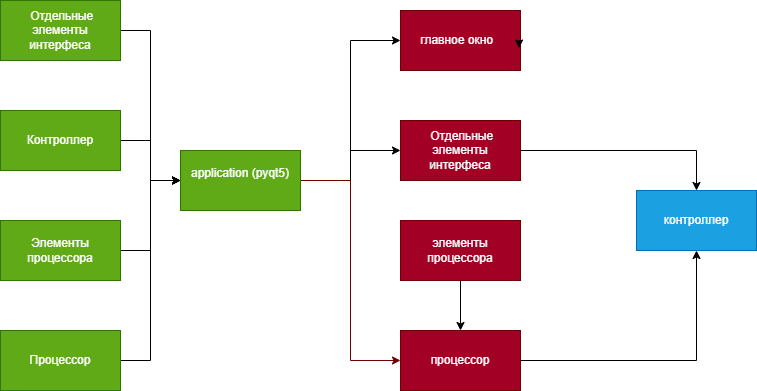
Okn-project/U_manager keeps this draw.io diagram as schemas/U_manager.drawio.png. Above is the earlier version. Source tidied: cells renumbered, new cells last; positions are measured from the earlier drawing's top-left corner, leaving out a move shared by most shapes. The source it was exported from:
```xml
<mxGraphModel>
  <root>
    <mxCell id="0" />
    <mxCell id="1" parent="0" />
    <mxCell id="2" style="edgeStyle=orthogonalEdgeStyle;rounded=0;jettySize=auto;html=1;entryX=0.5;entryY=1;entryDx=0;entryDy=0;" parent="1" edge="1" source="3" target="18">
      <mxGeometry relative="1" as="geometry" />
    </mxCell>
    <mxCell id="3" value="процессор" style="rounded=0;whiteSpace=wrap;html=1;fillColor=#a20025;fontColor=#ffffff;strokeColor=#6F0000;" parent="1" vertex="1">
      <mxGeometry x="400" y="330" width="120" height="60" as="geometry" />
    </mxCell>
    <mxCell id="4" style="edgeStyle=orthogonalEdgeStyle;rounded=0;jettySize=auto;html=1;entryX=0;entryY=0.5;entryDx=0;entryDy=0;" parent="1" edge="1" source="5" target="22">
      <mxGeometry relative="1" as="geometry" />
    </mxCell>
    <mxCell id="5" value="&amp;nbsp;Отдельные элементы интерфеса" style="rounded=0;whiteSpace=wrap;html=1;fillColor=#60a917;fontColor=#ffffff;strokeColor=#2D7600;" parent="1" vertex="1">
      <mxGeometry width="120" height="60" as="geometry" />
    </mxCell>
    <mxCell id="6" style="edgeStyle=orthogonalEdgeStyle;rounded=0;jettySize=auto;html=1;entryX=0;entryY=0.5;entryDx=0;entryDy=0;" parent="1" edge="1" source="7" target="22">
      <mxGeometry relative="1" as="geometry" />
    </mxCell>
    <mxCell id="7" value="Контроллер" style="rounded=0;whiteSpace=wrap;html=1;fillColor=#60a917;fontColor=#ffffff;strokeColor=#2D7600;" parent="1" vertex="1">
      <mxGeometry y="110" width="120" height="60" as="geometry" />
    </mxCell>
    <mxCell id="8" style="edgeStyle=orthogonalEdgeStyle;rounded=0;jettySize=auto;html=1;entryX=0;entryY=0.5;entryDx=0;entryDy=0;" parent="1" edge="1" source="9" target="22">
      <mxGeometry relative="1" as="geometry" />
    </mxCell>
    <mxCell id="9" value="Процессор" style="rounded=0;whiteSpace=wrap;html=1;fillColor=#60a917;fontColor=#ffffff;strokeColor=#2D7600;" parent="1" vertex="1">
      <mxGeometry y="330" width="120" height="60" as="geometry" />
    </mxCell>
    <mxCell id="10" style="edgeStyle=orthogonalEdgeStyle;rounded=0;jettySize=auto;html=1;entryX=0;entryY=0.5;entryDx=0;entryDy=0;" parent="1" edge="1" source="11" target="22">
      <mxGeometry relative="1" as="geometry" />
    </mxCell>
    <mxCell id="11" value="Элементы процессора" style="rounded=0;whiteSpace=wrap;html=1;fillColor=#60a917;fontColor=#ffffff;strokeColor=#2D7600;" parent="1" vertex="1">
      <mxGeometry y="220" width="120" height="60" as="geometry" />
    </mxCell>
    <mxCell id="12" style="edgeStyle=orthogonalEdgeStyle;rounded=0;jettySize=auto;html=1;entryX=0.5;entryY=0;entryDx=0;entryDy=0;" parent="1" edge="1" source="13" target="3">
      <mxGeometry relative="1" as="geometry" />
    </mxCell>
    <mxCell id="13" value="элементы процессора" style="rounded=0;whiteSpace=wrap;html=1;fillColor=#a20025;fontColor=#ffffff;strokeColor=#6F0000;" parent="1" vertex="1">
      <mxGeometry x="400" y="220" width="120" height="60" as="geometry" />
    </mxCell>
    <mxCell id="14" value="главное окно&amp;nbsp;&amp;nbsp;" style="rounded=0;whiteSpace=wrap;html=1;fillColor=#a20025;fontColor=#ffffff;strokeColor=#6F0000;" parent="1" vertex="1">
      <mxGeometry x="400" y="10" width="120" height="60" as="geometry" />
    </mxCell>
    <mxCell id="15" style="edgeStyle=orthogonalEdgeStyle;rounded=0;orthogonalLoop=1;jettySize=auto;html=1;exitX=1;exitY=0.5;exitDx=0;exitDy=0;entryX=0.988;entryY=0.626;entryDx=0;entryDy=0;entryPerimeter=0;" parent="1" edge="1" source="14" target="14">
      <mxGeometry relative="1" as="geometry" />
    </mxCell>
    <mxCell id="16" style="edgeStyle=orthogonalEdgeStyle;rounded=0;jettySize=auto;html=1;" parent="1" edge="1" source="17" target="18">
      <mxGeometry relative="1" as="geometry" />
    </mxCell>
    <mxCell id="17" value="&amp;nbsp;Отдельные элементы интерфеса" style="rounded=0;whiteSpace=wrap;html=1;fillColor=#a20025;fontColor=#ffffff;strokeColor=#6F0000;" parent="1" vertex="1">
      <mxGeometry x="400" y="120" width="120" height="60" as="geometry" />
    </mxCell>
    <mxCell id="18" value="контроллер" style="rounded=0;whiteSpace=wrap;html=1;fillColor=#1ba1e2;fontColor=#ffffff;strokeColor=#006EAF;" parent="1" vertex="1">
      <mxGeometry x="636" y="190" width="120" height="60" as="geometry" />
    </mxCell>
    <mxCell id="19" style="edgeStyle=orthogonalEdgeStyle;rounded=0;jettySize=auto;html=1;entryX=0;entryY=0.5;entryDx=0;entryDy=0;" parent="1" edge="1" source="22" target="17">
      <mxGeometry relative="1" as="geometry" />
    </mxCell>
    <mxCell id="20" style="edgeStyle=orthogonalEdgeStyle;rounded=0;jettySize=auto;html=1;entryX=0;entryY=0.5;entryDx=0;entryDy=0;" parent="1" edge="1" source="22" target="14">
      <mxGeometry relative="1" as="geometry" />
    </mxCell>
    <mxCell id="21" style="edgeStyle=orthogonalEdgeStyle;rounded=0;jettySize=auto;html=1;entryX=0;entryY=0.5;entryDx=0;entryDy=0;fillColor=#a20025;strokeColor=#6F0000;" parent="1" edge="1" source="22" target="3">
      <mxGeometry relative="1" as="geometry" />
    </mxCell>
    <mxCell id="22" value="application (pyqt5)&lt;div&gt;&lt;br&gt;&lt;/div&gt;" style="rounded=0;whiteSpace=wrap;html=1;fillColor=#60a917;fontColor=#ffffff;strokeColor=#2D7600;" parent="1" vertex="1">
      <mxGeometry x="180" y="150" width="120" height="60" as="geometry" />
    </mxCell>
  </root>
</mxGraphModel>
```
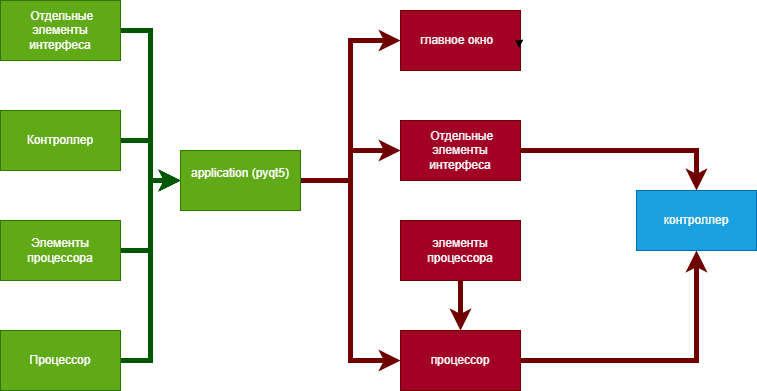
Later version of the same file.

Commit message:
schemas updated - thread, app, interface

Change to the diagram source:
```diff
@@ -2,37 +2,37 @@
   <root>
     <mxCell id="0" />
     <mxCell id="1" parent="0" />
-    <mxCell id="2" style="edgeStyle=orthogonalEdgeStyle;rounded=0;jettySize=auto;html=1;entryX=0.5;entryY=1;entryDx=0;entryDy=0;" parent="1" edge="1" source="3" target="18">
+    <mxCell id="2" style="edgeStyle=orthogonalEdgeStyle;rounded=0;jettySize=auto;html=1;entryX=0.5;entryY=1;entryDx=0;entryDy=0;fillColor=#a20025;strokeColor=#6F0000;strokeWidth=5;" parent="1" edge="1" source="3" target="18">
       <mxGeometry relative="1" as="geometry" />
     </mxCell>
     <mxCell id="3" value="процессор" style="rounded=0;whiteSpace=wrap;html=1;fillColor=#a20025;fontColor=#ffffff;strokeColor=#6F0000;" parent="1" vertex="1">
       <mxGeometry x="400" y="330" width="120" height="60" as="geometry" />
     </mxCell>
-    <mxCell id="4" style="edgeStyle=orthogonalEdgeStyle;rounded=0;jettySize=auto;html=1;entryX=0;entryY=0.5;entryDx=0;entryDy=0;" parent="1" edge="1" source="5" target="22">
+    <mxCell id="4" style="edgeStyle=orthogonalEdgeStyle;rounded=0;jettySize=auto;html=1;entryX=0;entryY=0.5;entryDx=0;entryDy=0;fillColor=#008a00;strokeColor=#005700;strokeWidth=5;" parent="1" edge="1" source="5" target="22">
       <mxGeometry relative="1" as="geometry" />
     </mxCell>
     <mxCell id="5" value="&amp;nbsp;Отдельные элементы интерфеса" style="rounded=0;whiteSpace=wrap;html=1;fillColor=#60a917;fontColor=#ffffff;strokeColor=#2D7600;" parent="1" vertex="1">
       <mxGeometry width="120" height="60" as="geometry" />
     </mxCell>
-    <mxCell id="6" style="edgeStyle=orthogonalEdgeStyle;rounded=0;jettySize=auto;html=1;entryX=0;entryY=0.5;entryDx=0;entryDy=0;" parent="1" edge="1" source="7" target="22">
+    <mxCell id="6" style="edgeStyle=orthogonalEdgeStyle;rounded=0;jettySize=auto;html=1;entryX=0;entryY=0.5;entryDx=0;entryDy=0;fillColor=#008a00;strokeColor=#005700;strokeWidth=5;" parent="1" edge="1" source="7" target="22">
       <mxGeometry relative="1" as="geometry" />
     </mxCell>
     <mxCell id="7" value="Контроллер" style="rounded=0;whiteSpace=wrap;html=1;fillColor=#60a917;fontColor=#ffffff;strokeColor=#2D7600;" parent="1" vertex="1">
       <mxGeometry y="110" width="120" height="60" as="geometry" />
     </mxCell>
-    <mxCell id="8" style="edgeStyle=orthogonalEdgeStyle;rounded=0;jettySize=auto;html=1;entryX=0;entryY=0.5;entryDx=0;entryDy=0;" parent="1" edge="1" source="9" target="22">
+    <mxCell id="8" style="edgeStyle=orthogonalEdgeStyle;rounded=0;jettySize=auto;html=1;entryX=0;entryY=0.5;entryDx=0;entryDy=0;fillColor=#008a00;strokeColor=#005700;strokeWidth=5;" parent="1" edge="1" source="9" target="22">
       <mxGeometry relative="1" as="geometry" />
     </mxCell>
     <mxCell id="9" value="Процессор" style="rounded=0;whiteSpace=wrap;html=1;fillColor=#60a917;fontColor=#ffffff;strokeColor=#2D7600;" parent="1" vertex="1">
       <mxGeometry y="330" width="120" height="60" as="geometry" />
     </mxCell>
-    <mxCell id="10" style="edgeStyle=orthogonalEdgeStyle;rounded=0;jettySize=auto;html=1;entryX=0;entryY=0.5;entryDx=0;entryDy=0;" parent="1" edge="1" source="11" target="22">
+    <mxCell id="10" style="edgeStyle=orthogonalEdgeStyle;rounded=0;jettySize=auto;html=1;entryX=0;entryY=0.5;entryDx=0;entryDy=0;fillColor=#008a00;strokeColor=#005700;strokeWidth=5;" parent="1" edge="1" source="11" target="22">
       <mxGeometry relative="1" as="geometry" />
     </mxCell>
     <mxCell id="11" value="Элементы процессора" style="rounded=0;whiteSpace=wrap;html=1;fillColor=#60a917;fontColor=#ffffff;strokeColor=#2D7600;" parent="1" vertex="1">
       <mxGeometry y="220" width="120" height="60" as="geometry" />
     </mxCell>
-    <mxCell id="12" style="edgeStyle=orthogonalEdgeStyle;rounded=0;jettySize=auto;html=1;entryX=0.5;entryY=0;entryDx=0;entryDy=0;" parent="1" edge="1" source="13" target="3">
+    <mxCell id="12" style="edgeStyle=orthogonalEdgeStyle;rounded=0;jettySize=auto;html=1;entryX=0.5;entryY=0;entryDx=0;entryDy=0;fillColor=#a20025;strokeColor=#6F0000;strokeWidth=5;" parent="1" edge="1" source="13" target="3">
       <mxGeometry relative="1" as="geometry" />
     </mxCell>
     <mxCell id="13" value="элементы процессора" style="rounded=0;whiteSpace=wrap;html=1;fillColor=#a20025;fontColor=#ffffff;strokeColor=#6F0000;" parent="1" vertex="1">
@@ -44,7 +44,7 @@
     <mxCell id="15" style="edgeStyle=orthogonalEdgeStyle;rounded=0;orthogonalLoop=1;jettySize=auto;html=1;exitX=1;exitY=0.5;exitDx=0;exitDy=0;entryX=0.988;entryY=0.626;entryDx=0;entryDy=0;entryPerimeter=0;" parent="1" edge="1" source="14" target="14">
       <mxGeometry relative="1" as="geometry" />
     </mxCell>
-    <mxCell id="16" style="edgeStyle=orthogonalEdgeStyle;rounded=0;jettySize=auto;html=1;" parent="1" edge="1" source="17" target="18">
+    <mxCell id="16" style="edgeStyle=orthogonalEdgeStyle;rounded=0;jettySize=auto;html=1;fillColor=#a20025;strokeColor=#6F0000;strokeWidth=5;" parent="1" edge="1" source="17" target="18">
       <mxGeometry relative="1" as="geometry" />
     </mxCell>
     <mxCell id="17" value="&amp;nbsp;Отдельные элементы интерфеса" style="rounded=0;whiteSpace=wrap;html=1;fillColor=#a20025;fontColor=#ffffff;strokeColor=#6F0000;" parent="1" vertex="1">
@@ -53,13 +53,13 @@
     <mxCell id="18" value="контроллер" style="rounded=0;whiteSpace=wrap;html=1;fillColor=#1ba1e2;fontColor=#ffffff;strokeColor=#006EAF;" parent="1" vertex="1">
       <mxGeometry x="636" y="190" width="120" height="60" as="geometry" />
     </mxCell>
-    <mxCell id="19" style="edgeStyle=orthogonalEdgeStyle;rounded=0;jettySize=auto;html=1;entryX=0;entryY=0.5;entryDx=0;entryDy=0;" parent="1" edge="1" source="22" target="17">
+    <mxCell id="19" style="edgeStyle=orthogonalEdgeStyle;rounded=0;jettySize=auto;html=1;entryX=0;entryY=0.5;entryDx=0;entryDy=0;fillColor=#a20025;strokeColor=#6F0000;strokeWidth=5;" parent="1" edge="1" source="22" target="17">
       <mxGeometry relative="1" as="geometry" />
     </mxCell>
-    <mxCell id="20" style="edgeStyle=orthogonalEdgeStyle;rounded=0;jettySize=auto;html=1;entryX=0;entryY=0.5;entryDx=0;entryDy=0;" parent="1" edge="1" source="22" target="14">
+    <mxCell id="20" style="edgeStyle=orthogonalEdgeStyle;rounded=0;jettySize=auto;html=1;entryX=0;entryY=0.5;entryDx=0;entryDy=0;fillColor=#a20025;strokeColor=#6F0000;strokeWidth=5;" parent="1" edge="1" source="22" target="14">
       <mxGeometry relative="1" as="geometry" />
     </mxCell>
-    <mxCell id="21" style="edgeStyle=orthogonalEdgeStyle;rounded=0;jettySize=auto;html=1;entryX=0;entryY=0.5;entryDx=0;entryDy=0;fillColor=#a20025;strokeColor=#6F0000;" parent="1" edge="1" source="22" target="3">
+    <mxCell id="21" style="edgeStyle=orthogonalEdgeStyle;rounded=0;jettySize=auto;html=1;entryX=0;entryY=0.5;entryDx=0;entryDy=0;fillColor=#a20025;strokeColor=#6F0000;strokeWidth=5;" parent="1" edge="1" source="22" target="3">
       <mxGeometry relative="1" as="geometry" />
     </mxCell>
     <mxCell id="22" value="application (pyqt5)&lt;div&gt;&lt;br&gt;&lt;/div&gt;" style="rounded=0;whiteSpace=wrap;html=1;fillColor=#60a917;fontColor=#ffffff;strokeColor=#2D7600;" parent="1" vertex="1">
```
